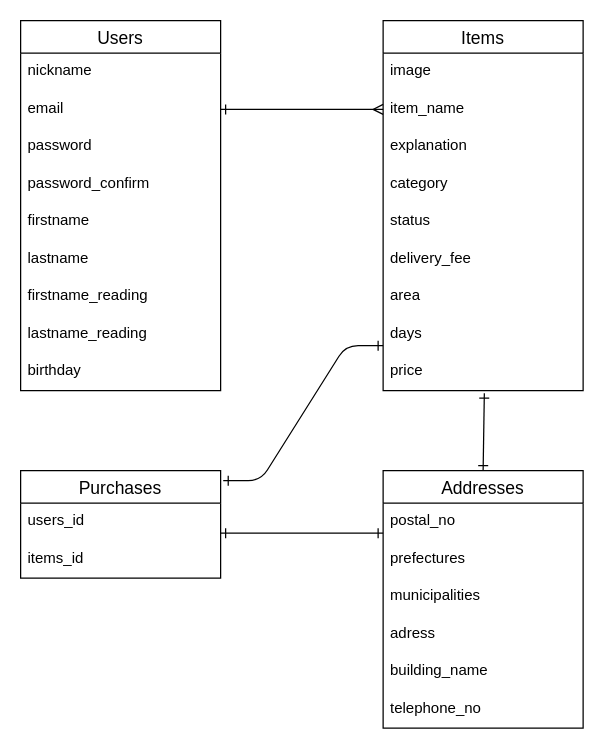
Above: DatabaseCreate.dio in Taka120/furima-35624 (draw.io), before the change. Source tidied: cells renumbered, new cells numbered last; positions are measured from the earlier drawing's top-left corner, leaving out a move shared by most shapes. Both pictures are drawn from the tidied source at 125%, with x=0, y=0 at pixel (20, 20).
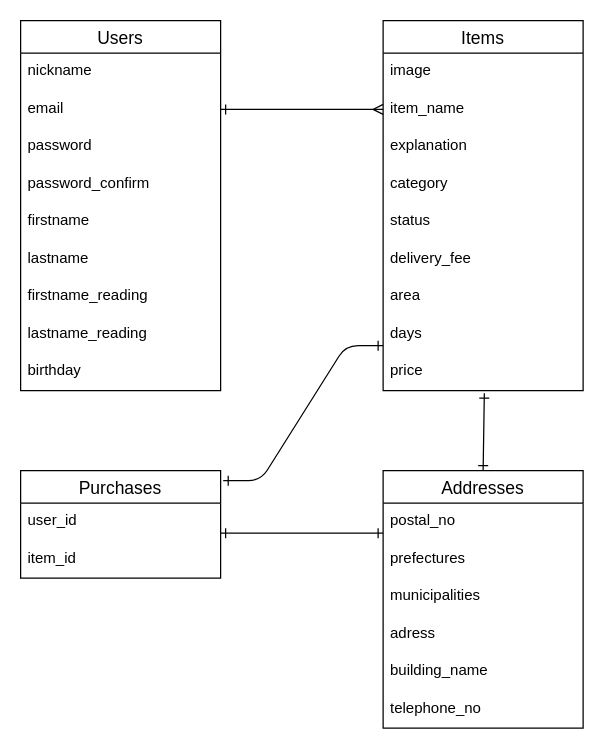
After the change.

Commit message:
ER図の記述を変更

Unchanged cells that the change refers to:
```xml
<mxCell id="22" value="Purchases" style="swimlane;fontStyle=0;horizontal=1;startSize=26;align=center;fontSize=14;" parent="1" vertex="1">
  <mxGeometry y="360" width="160" height="86" as="geometry" />
</mxCell>
```

What changed in the source:
```diff
@@
-    <mxCell id="23" value="users_id" style="text;strokeColor=none;fillColor=none;spacingLeft=4;spacingRight=4;overflow=hidden;fontSize=12;" parent="22" vertex="1">
+    <mxCell id="23" value="user_id" style="text;strokeColor=none;fillColor=none;spacingLeft=4;spacingRight=4;overflow=hidden;fontSize=12;" parent="22" vertex="1">
       <mxGeometry y="26" width="160" height="30" as="geometry" />
     </mxCell>
-    <mxCell id="24" value="items_id" style="text;strokeColor=none;fillColor=none;spacingLeft=4;spacingRight=4;overflow=hidden;fontSize=12;" parent="22" vertex="1">
+    <mxCell id="24" value="item_id" style="text;strokeColor=none;fillColor=none;spacingLeft=4;spacingRight=4;overflow=hidden;fontSize=12;" parent="22" vertex="1">
       <mxGeometry y="56" width="160" height="30" as="geometry" />
     </mxCell>
```
